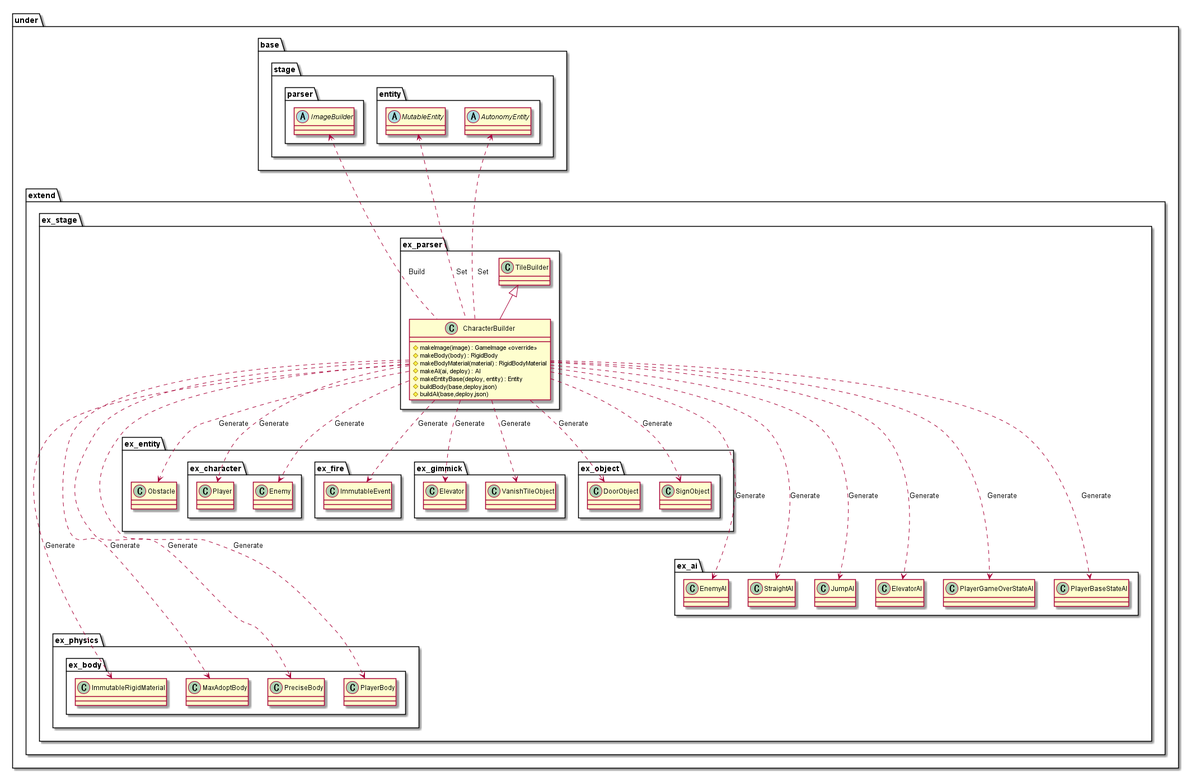
Before: out/uml/parser/Character/ParserBuilder.png, a diagram exported from PlantUML (Expine/Under).
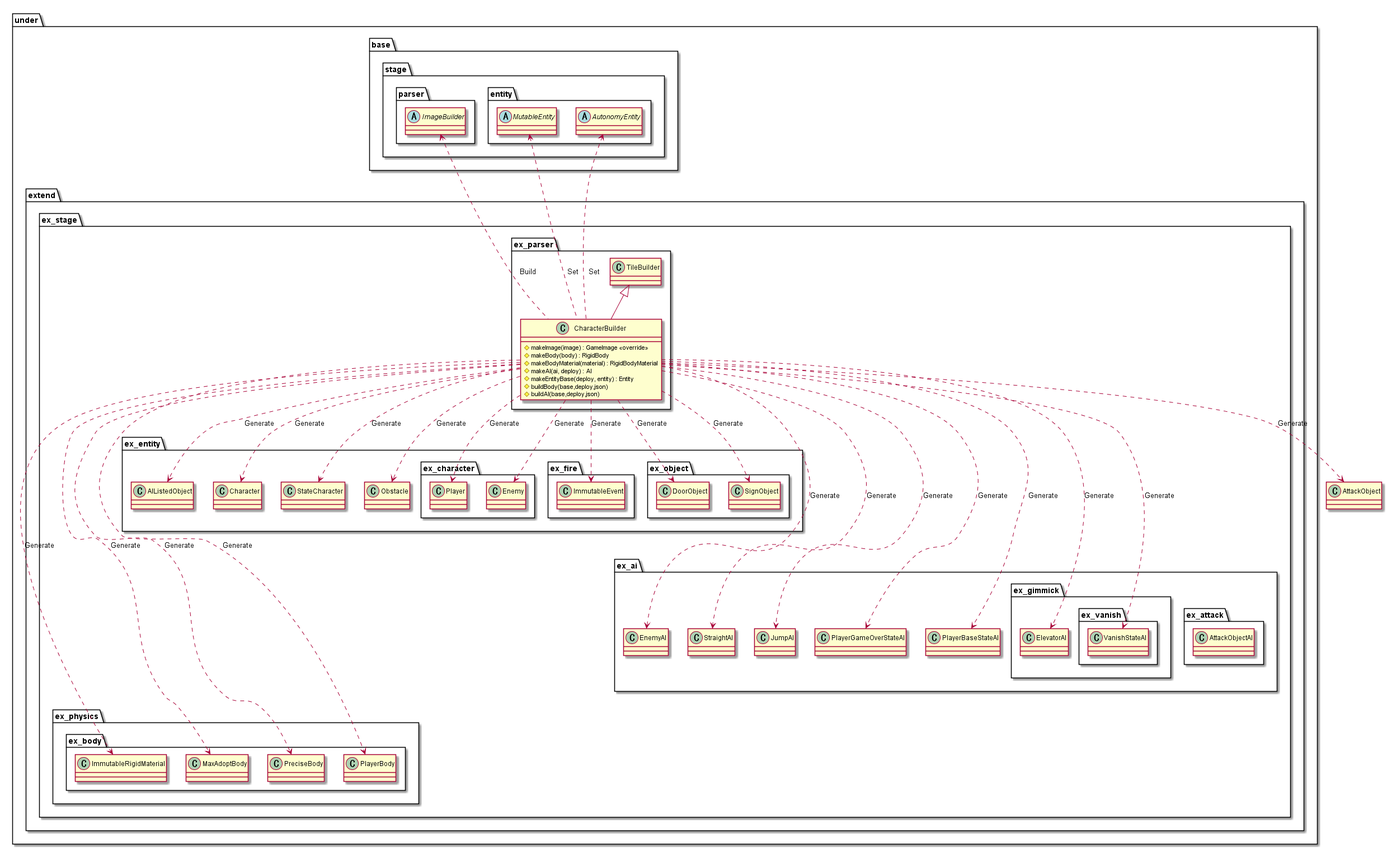
After the change.

Change to the diagram source:
```diff
@@ -51,21 +51,28 @@
                 package ex_fire {
                     class ImmutableEvent
                 }
-                package ex_gimmick {
-                    class Elevator
-                    class VanishTileObject
-                }
                 package ex_object {
                     class DoorObject
                     class SignObject
                 }
+                class AIListedObject
+                class Character
+                class StateCharacter
                 class Obstacle
             }
             package ex_ai {
                 class EnemyAI
                 class StraightAI
+                package ex_attack {
+                    class AttackObjectAI
+                }
+                package ex_gimmick {
+                    class ElevatorAI
+                    package ex_vanish {
+                        class VanishStateAI
+                    }
+                }
                 class JumpAI
-                class ElevatorAI
                 class PlayerGameOverStateAI
                 class PlayerBaseStateAI
             }
@@ -82,16 +89,19 @@
 CharacterBuilder ...> StraightAI : Generate
 CharacterBuilder ...> JumpAI : Generate
 CharacterBuilder ...> ElevatorAI : Generate
+CharacterBuilder ...> VanishStateAI : Generate
 CharacterBuilder ...> PlayerGameOverStateAI : Generate
 CharacterBuilder ...> PlayerBaseStateAI : Generate
+CharacterBuilder ..> AIListedObject : Generate
+CharacterBuilder ..> Character : Generate
+CharacterBuilder ..> StateCharacter : Generate
 CharacterBuilder ..> Player : Generate
 CharacterBuilder ..> Enemy : Generate
 CharacterBuilder ..> Obstacle : Generate
 CharacterBuilder ..> DoorObject : Generate
 CharacterBuilder ..> SignObject : Generate
-CharacterBuilder ..> Elevator : Generate
 CharacterBuilder ..> ImmutableEvent : Generate
-CharacterBuilder ..> VanishTileObject : Generate
+CharacterBuilder ..> AttackObject : Generate
 MutableEntity <... CharacterBuilder : Set
 AutonomyEntity <... CharacterBuilder : Set
 ImageBuilder <... CharacterBuilder : Build
```
